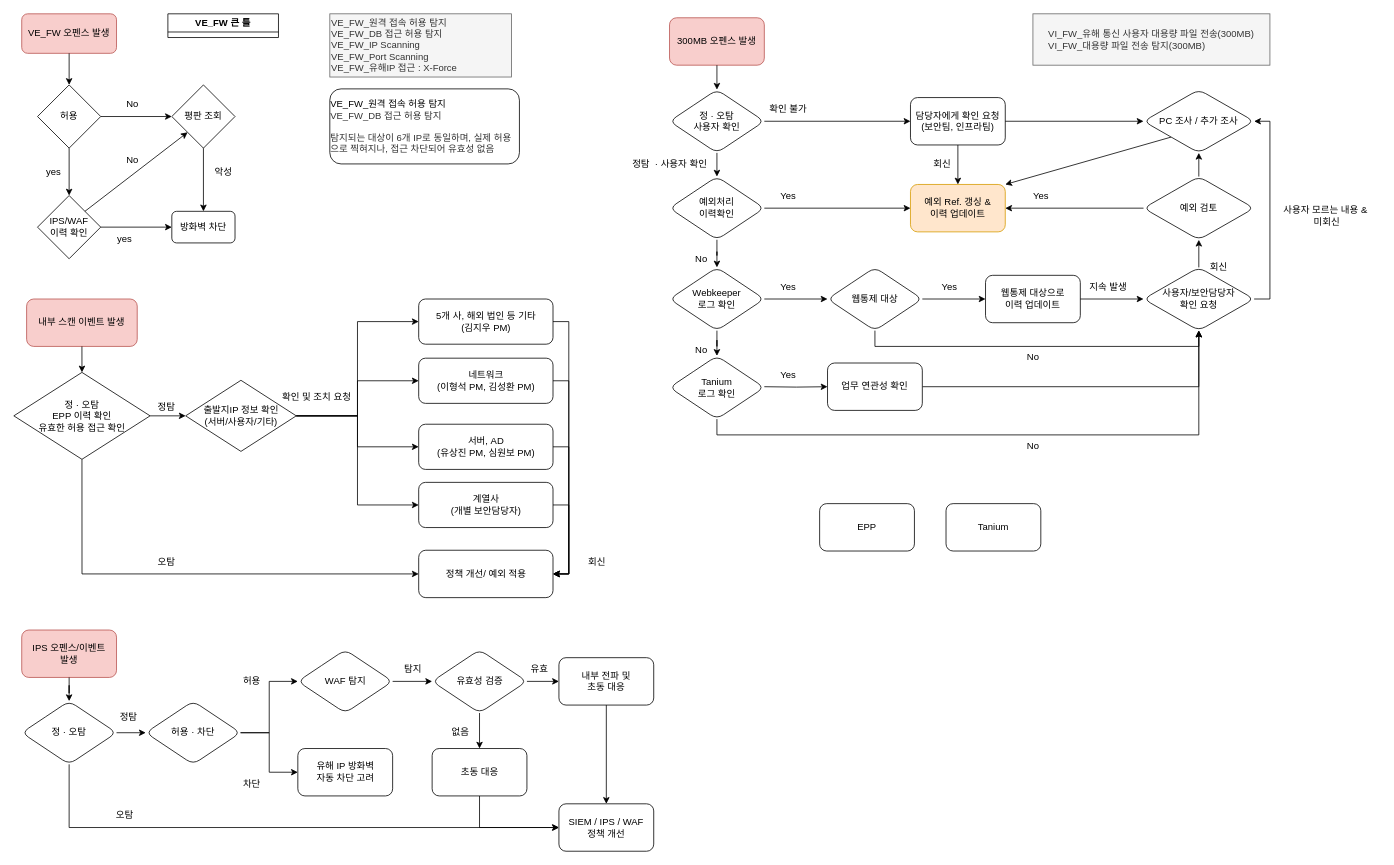
Earlier version of the draw.io diagram Test.drawio (mangjong/Working). Source tidied: cells renumbered, new cells numbered last; positions are measured from the earlier drawing's top-left corner, leaving out a move shared by most shapes. Both pictures are drawn from the tidied source at 79%, with x=0, y=0 at pixel (13, 13).
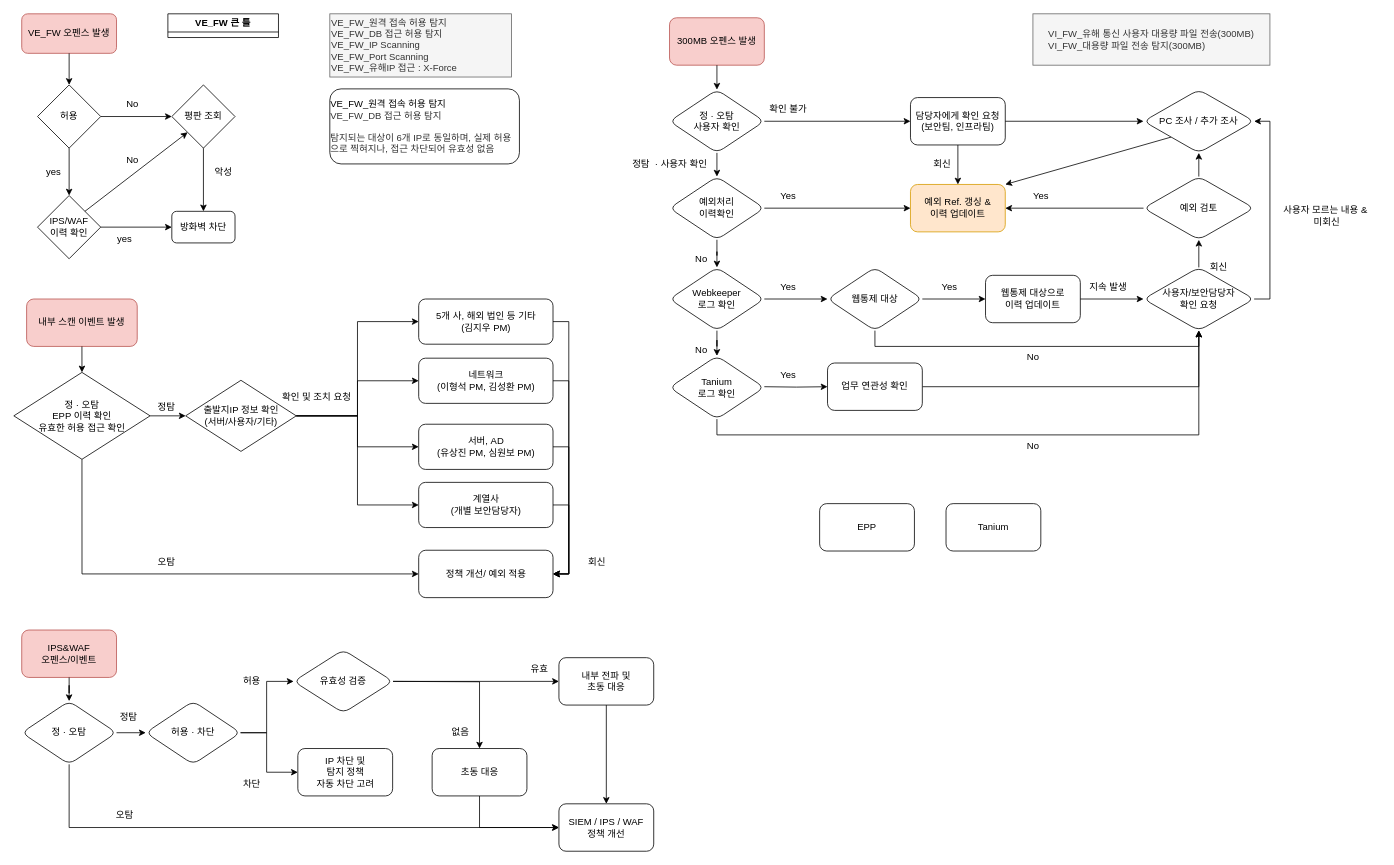
Above is the later version.

Unchanged cells that the change refers to:
```xml
<mxCell id="98" style="group;" parent="1" vertex="1">
  <mxGeometry x="10" y="780" width="800" height="280" as="geometry" />
</mxCell>
<mxCell id="102" value="허용 · 차단" style="rhombus;whiteSpace=wrap;html=1;rounded=1;" parent="98" vertex="1">
  <mxGeometry x="157" y="90" width="120" height="80" as="geometry" />
</mxCell>
<mxCell id="123" value="초동 대응" style="rounded=1;whiteSpace=wrap;html=1;" parent="98" vertex="1">
  <mxGeometry x="519.5" y="150" width="120" height="60" as="geometry" />
</mxCell>
```

The edit, as a diff of the source:
```diff
@@
-    <mxCell id="99" value="IPS 오펜스/이벤트 &lt;br&gt;발생" style="rounded=1;whiteSpace=wrap;html=1;fillColor=#f8cecc;strokeColor=#b85450;" parent="98" vertex="1">
+    <mxCell id="99" value="IPS&amp;amp;WAF&lt;br&gt;오펜스/이벤트" style="rounded=1;whiteSpace=wrap;html=1;fillColor=#f8cecc;strokeColor=#b85450;" parent="98" vertex="1">
       <mxGeometry width="120" height="60" as="geometry" />
     </mxCell>
@@
-    <mxCell id="108" value="유해 IP 방화벽 &lt;br&gt;자동 차단 고려" style="rounded=1;whiteSpace=wrap;html=1;" parent="98" vertex="1">
+    <mxCell id="108" value="IP 차단 및&lt;br&gt;탐지 정책&lt;br&gt;자동 차단 고려" style="rounded=1;whiteSpace=wrap;html=1;" parent="98" vertex="1">
       <mxGeometry x="349.5" y="150" width="120" height="60" as="geometry" />
     </mxCell>
     <mxCell id="109" style="edgeStyle=orthogonalEdgeStyle;rounded=0;jettySize=auto;html=1;exitX=1;exitY=0.5;exitDx=0;exitDy=0;" parent="98" edge="1" source="102" target="108">
-      <mxGeometry relative="1" as="geometry" />
+      <mxGeometry relative="1" as="geometry">
+        <Array as="points">
+          <mxPoint x="310" y="130" />
+          <mxPoint x="310" y="180" />
+        </Array>
+      </mxGeometry>
     </mxCell>
@@
-    <mxCell id="112" value="WAF 탐지" style="rhombus;whiteSpace=wrap;html=1;rounded=1;" parent="98" vertex="1">
-      <mxGeometry x="349.5" y="25" width="120" height="80" as="geometry" />
-    </mxCell>
-    <mxCell id="113" style="edgeStyle=orthogonalEdgeStyle;rounded=0;jettySize=auto;html=1;exitX=1;exitY=0.5;exitDx=0;exitDy=0;entryX=0;entryY=0.5;entryDx=0;entryDy=0;" parent="98" edge="1" source="102" target="112">
-      <mxGeometry relative="1" as="geometry" />
+    <mxCell id="113" style="edgeStyle=orthogonalEdgeStyle;rounded=0;jettySize=auto;html=1;exitX=1;exitY=0.5;exitDx=0;exitDy=0;entryX=0;entryY=0.5;entryDx=0;entryDy=0;" parent="98" edge="1" source="102" target="114">
+      <mxGeometry relative="1" as="geometry">
+        <Array as="points">
+          <mxPoint x="310" y="130" />
+          <mxPoint x="310" y="65" />
+        </Array>
+      </mxGeometry>
     </mxCell>
     <mxCell id="114" value="유효성 검증" style="rhombus;whiteSpace=wrap;html=1;rounded=1;" parent="98" vertex="1">
-      <mxGeometry x="519.5" y="25" width="120" height="80" as="geometry" />
+      <mxGeometry x="344.2" y="25" width="125.8" height="80" as="geometry" />
     </mxCell>
-    <mxCell id="115" style="edgeStyle=orthogonalEdgeStyle;rounded=0;jettySize=auto;html=1;exitX=1;exitY=0.5;exitDx=0;exitDy=0;entryX=0;entryY=0.5;entryDx=0;entryDy=0;" parent="98" edge="1" source="112" target="114">
-      <mxGeometry relative="1" as="geometry" />
-    </mxCell>
-    <mxCell id="116" value="탐지" style="text;html=1;align=center;verticalAlign=middle;strokeColor=none;fillColor=none;" parent="98" vertex="1">
-      <mxGeometry x="469.5" y="35" width="50" height="30" as="geometry" />
-    </mxCell>
@@
-    <mxCell id="124" style="edgeStyle=orthogonalEdgeStyle;rounded=0;jettySize=auto;html=1;exitX=0.5;exitY=1;exitDx=0;exitDy=0;entryX=0.5;entryY=0;entryDx=0;entryDy=0;" parent="98" edge="1" source="114" target="123">
-      <mxGeometry relative="1" as="geometry" />
+    <mxCell id="124" style="edgeStyle=orthogonalEdgeStyle;rounded=0;jettySize=auto;html=1;entryX=0.5;entryY=0;entryDx=0;entryDy=0;" parent="98" edge="1" target="123">
+      <mxGeometry relative="1" as="geometry">
+        <mxPoint x="470" y="65" as="sourcePoint" />
+      </mxGeometry>
     </mxCell>
```
